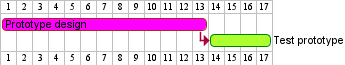
GiovaniPM/DMNTests keeps this PlantUML diagram as PlantUML/teste25.png. Above is the earlier version. Source of this version:
```plantuml
@startgantt
[Prototype design] lasts 13 days
[Test prototype] lasts 4 days
[Test prototype] starts at [Prototype design]'s end
[Prototype design] is colored in Fuchsia/FireBrick
[Test prototype] is colored in GreenYellow/Green
@endgantt
```
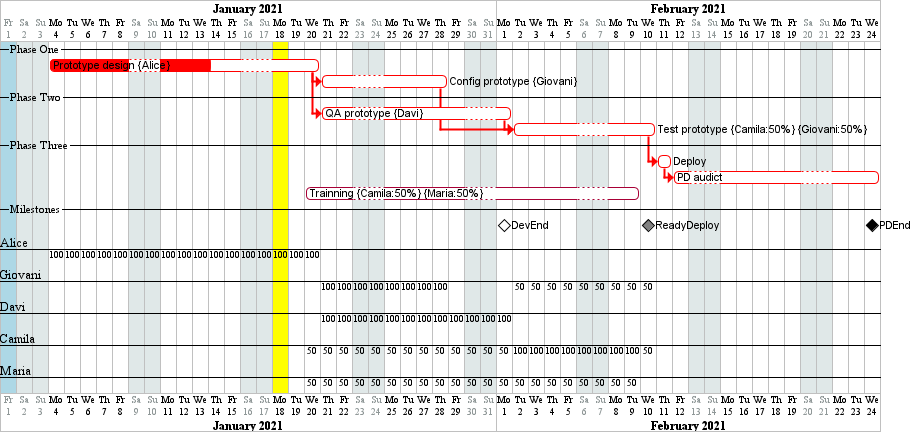
The same file after the commit.

Commit message:
giova(DESKTOP-PG18CKU) 210118104746

Change to the diagram source:
```diff
@@ -1,7 +1,56 @@
 @startgantt
-[Prototype design] lasts 13 days
-[Test prototype] lasts 4 days
-[Test prototype] starts at [Prototype design]'s end
-[Prototype design] is colored in Fuchsia/FireBrick
-[Test prototype] is colored in GreenYellow/Green
+project starts the 2021/01/01
+
+2021/01/18 is colored in Yellow
+
+saturday are closed
+sunday are closed
+2021/01/01 is closed
+2021/01/01 is colored in lightblue
+
+-- Phase One --
+[Prototype design] on {Alice} lasts 13 days
+[Prototype design] links to [[http://plantuml.com]]
+[Config prototype] on {Giovani} lasts 6 days
+-- Phase Two --
+[QA prototype] on {Davi} lasts 8 days
+[Test prototype] on {Camila:50}{Giovani:50} lasts 7 days
+-- Phase Three --
+[Deploy] lasts 1 day
+[PD audict] lasts 9 days
+[Trainning] on {Camila:50}{Maria:50} starts 2021/01/20
+[Trainning] ends 2021/02/09
+-- Milestones --
+
+[Config prototype] starts at [Prototype design]'s end with red bold link
+[QA prototype] starts at [Prototype design]'s end with red bold link
+[Test prototype] starts at [Config prototype]'s end with red bold link
+[Test prototype] starts at [QA prototype]'s end with red bold link
+[Deploy] starts at [Test prototype]'s end with red bold link
+[PD audict] starts at [Deploy]'s end with red bold link
+
+[Prototype design] is 60% completed
+[Config prototype] is 0% completed
+[QA prototype] is 0% completed
+[Test prototype] is 0% completed
+[Deploy] is 0% completed
+[PD audict] is 0% completed
+[Trainning] is 0% completed
+
+[DevEnd] happens at [Prototype design]'s end
+[DevEnd] happens at [QA prototype]'s end
+[ReadyDeploy] happens at [Test prototype]'s end
+[ReadyDeploy] displays on same row as [DevEnd]
+[PDEnd] happens at [PD audict]'s end
+[PDEnd] displays on same row as [ReadyDeploy]
+
+[Prototype design] is colored in Red/Red
+[Config prototype] is colored in Red/Red
+[QA prototype] is colored in Red/Red
+[Test prototype] is colored in Red/Red
+[Deploy] is colored in Red/Red
+[PD audict] is colored in Red/Red
+[DevEnd] is colored in White/Black
+[ReadyDeploy] is colored in Gray/Black
+
 @endgantt
```
